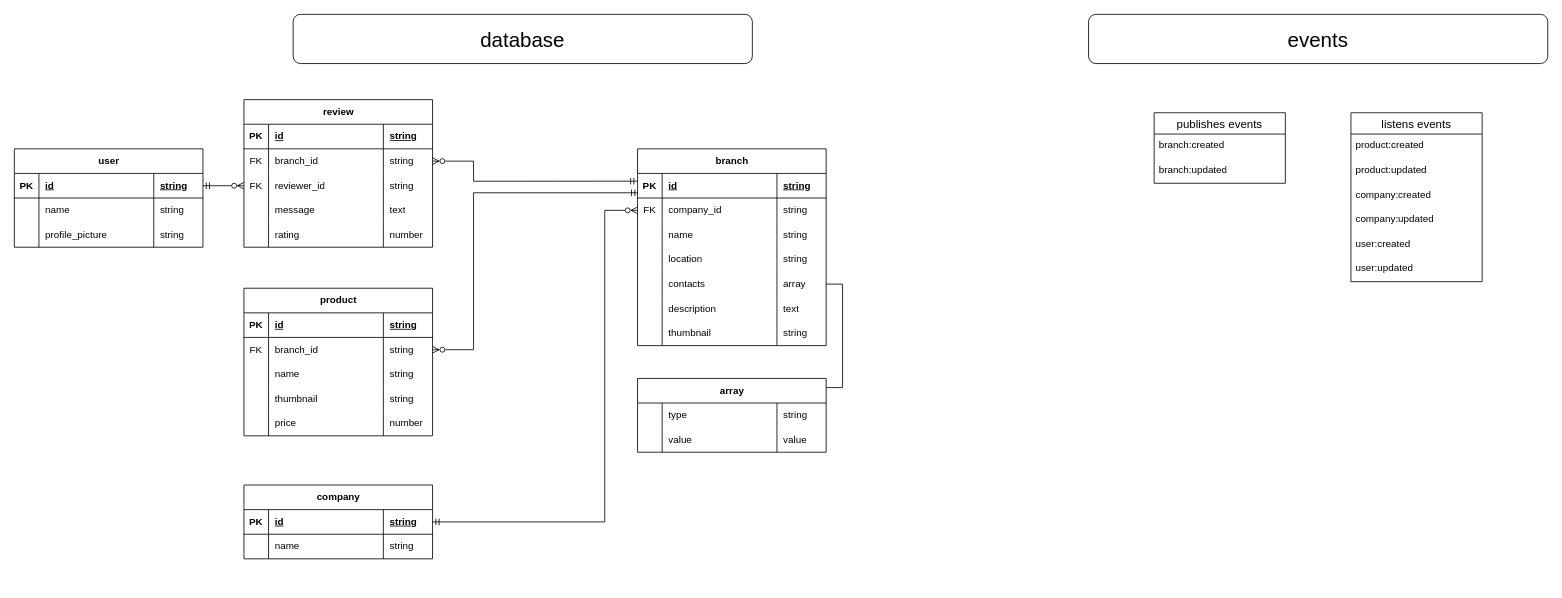
This is page "branch" (5 of 9) of app.drawio from ernurQ/eat-web-diagrams, a draw.io file, before an edit. Source tidied: cells renumbered, new cells numbered last; positions are measured from the earlier drawing's top-left corner, leaving out a move shared by most shapes. Both pictures are drawn from the tidied source at 82%, with x=0, y=0 at pixel (14, 14).
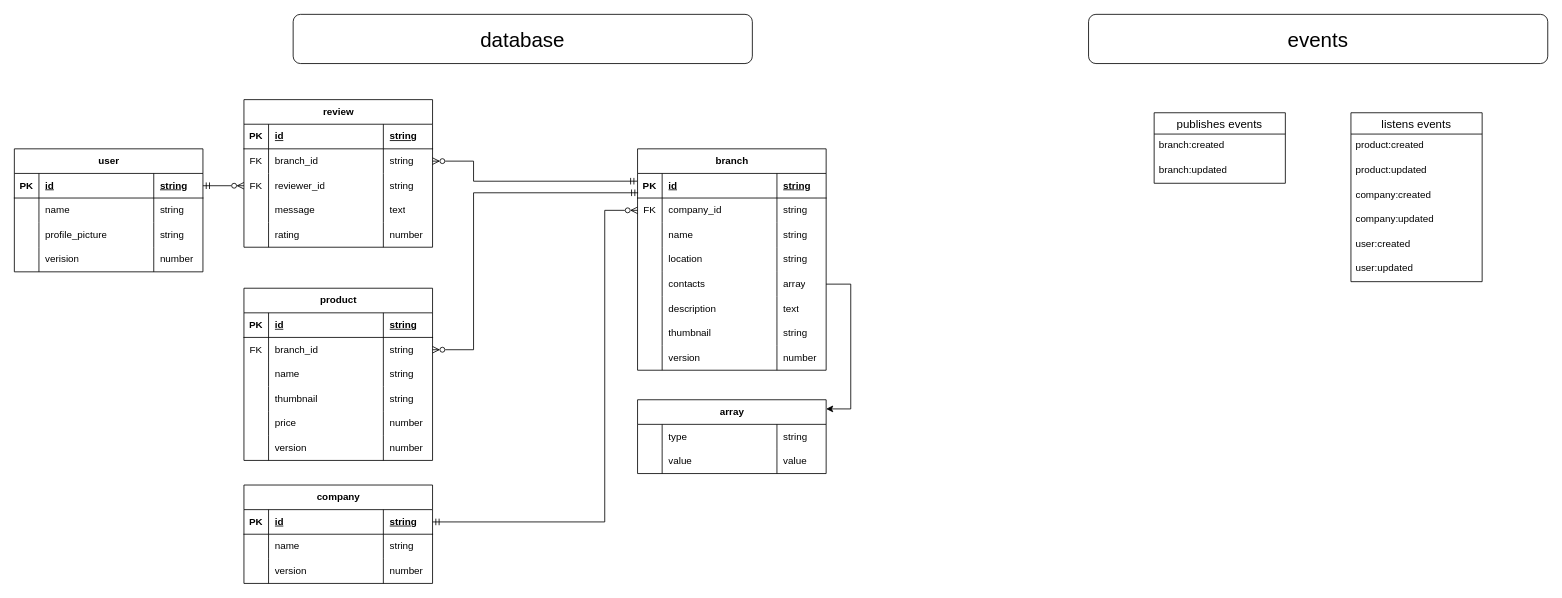
After the change.

Unchanged cells that the change refers to:
```xml
<mxCell id="19" style="shape=tableRow;horizontal=0;startSize=0;swimlaneHead=0;swimlaneBody=0;fillColor=none;points=[[0,0.5],[1,0.5]];portConstraint=eastwest;top=0;left=0;right=0;bottom=0;" parent="2" vertex="1">
  <mxGeometry y="150" width="230" height="30" as="geometry" />
</mxCell>
```

The edit, as a diff of the source:
```diff
@@
     <mxCell id="2" value="branch" style="shape=table;startSize=30;childLayout=tableLayout;rowLines=0;fontStyle=1;align=center;html=1;" parent="1" vertex="1">
-      <mxGeometry x="760" y="164" width="230" height="240" as="geometry" />
+      <mxGeometry x="760" y="164" width="230" height="270" as="geometry" />
     </mxCell>
@@
+    <mxCell id="121" style="shape=tableRow;horizontal=0;startSize=0;swimlaneHead=0;swimlaneBody=0;fillColor=none;top=0;left=0;right=0;bottom=0;" parent="2" vertex="1">
+      <mxGeometry y="240" width="230" height="30" as="geometry" />
+    </mxCell>
+    <mxCell id="122" style="shape=partialRectangle;fillColor=none;top=0;left=0;bottom=0;right=0;overflow=hidden;whiteSpace=wrap;html=1;" parent="121" vertex="1">
+      <mxGeometry width="30" height="30" as="geometry" />
+    </mxCell>
+    <mxCell id="123" value="version" style="shape=partialRectangle;fillColor=none;top=0;left=0;bottom=0;right=0;align=left;spacingLeft=6;overflow=hidden;whiteSpace=wrap;html=1;" parent="121" vertex="1">
+      <mxGeometry x="30" width="140" height="30" as="geometry" />
+    </mxCell>
+    <mxCell id="124" value="number" style="shape=partialRectangle;fillColor=none;top=0;left=0;bottom=0;right=0;align=left;spacingLeft=6;overflow=hidden;whiteSpace=wrap;html=1;" parent="121" vertex="1">
+      <mxGeometry x="170" width="60" height="30" as="geometry" />
+    </mxCell>
     <mxCell id="31" value="array" style="shape=table;startSize=30;childLayout=tableLayout;rowLines=0;fontStyle=1;align=center;html=1;" parent="1" vertex="1">
-      <mxGeometry x="760" y="444" width="230" height="90" as="geometry" />
+      <mxGeometry x="760" y="470" width="230" height="90" as="geometry" />
     </mxCell>
@@
-    <mxCell id="40" style="edgeStyle=orthogonalEdgeStyle;rounded=0;jettySize=auto;html=1;entryX=1;entryY=0.124;entryDx=0;entryDy=0;entryPerimeter=0;endArrow=none;startFill=0;" parent="1" edge="1" source="19" target="31">
+    <mxCell id="40" style="edgeStyle=orthogonalEdgeStyle;rounded=0;jettySize=auto;html=1;entryX=1;entryY=0.124;entryDx=0;entryDy=0;entryPerimeter=0;endArrow=classic;startFill=0;endFill=1;" parent="1" edge="1" source="19" target="31">
       <mxGeometry relative="1" as="geometry">
         <Array as="points">
-          <mxPoint x="1010" y="329" />
-          <mxPoint x="1010" y="455" />
+          <mxPoint x="1020" y="329" />
+          <mxPoint x="1020" y="481" />
         </Array>
       </mxGeometry>
     </mxCell>
@@
     <mxCell id="62" value="product" style="shape=table;startSize=30;childLayout=tableLayout;rowLines=0;fontStyle=1;align=center;html=1;" parent="1" vertex="1">
-      <mxGeometry x="280" y="334" width="230" height="180" as="geometry" />
+      <mxGeometry x="280" y="334" width="230" height="210" as="geometry" />
     </mxCell>
@@
+    <mxCell id="125" style="shape=tableRow;horizontal=0;startSize=0;swimlaneHead=0;swimlaneBody=0;fillColor=none;top=0;left=0;right=0;bottom=0;" parent="62" vertex="1">
+      <mxGeometry y="180" width="230" height="30" as="geometry" />
+    </mxCell>
+    <mxCell id="126" style="shape=partialRectangle;fillColor=none;top=0;left=0;bottom=0;right=0;overflow=hidden;whiteSpace=wrap;html=1;" parent="125" vertex="1">
+      <mxGeometry width="30" height="30" as="geometry" />
+    </mxCell>
+    <mxCell id="127" value="version" style="shape=partialRectangle;fillColor=none;top=0;left=0;bottom=0;right=0;align=left;spacingLeft=6;overflow=hidden;whiteSpace=wrap;html=1;" parent="125" vertex="1">
+      <mxGeometry x="30" width="140" height="30" as="geometry" />
+    </mxCell>
+    <mxCell id="128" value="number" style="shape=partialRectangle;fillColor=none;top=0;left=0;bottom=0;right=0;align=left;spacingLeft=6;overflow=hidden;whiteSpace=wrap;html=1;" parent="125" vertex="1">
+      <mxGeometry x="170" width="60" height="30" as="geometry" />
+    </mxCell>
     <mxCell id="83" value="user" style="shape=table;startSize=30;childLayout=tableLayout;rowLines=0;fontStyle=1;align=center;html=1;" parent="1" vertex="1">
-      <mxGeometry y="164" width="230" height="120" as="geometry" />
+      <mxGeometry y="164" width="230" height="150" as="geometry" />
     </mxCell>
@@
+    <mxCell id="129" style="shape=tableRow;horizontal=0;startSize=0;swimlaneHead=0;swimlaneBody=0;fillColor=none;top=0;left=0;right=0;bottom=0;" parent="83" vertex="1">
+      <mxGeometry y="120" width="230" height="30" as="geometry" />
+    </mxCell>
+    <mxCell id="130" style="shape=partialRectangle;fillColor=none;top=0;left=0;bottom=0;right=0;overflow=hidden;whiteSpace=wrap;html=1;" parent="129" vertex="1">
+      <mxGeometry width="30" height="30" as="geometry" />
+    </mxCell>
+    <mxCell id="131" value="verision" style="shape=partialRectangle;fillColor=none;top=0;left=0;bottom=0;right=0;align=left;spacingLeft=6;overflow=hidden;whiteSpace=wrap;html=1;" parent="129" vertex="1">
+      <mxGeometry x="30" width="140" height="30" as="geometry" />
+    </mxCell>
+    <mxCell id="132" value="number" style="shape=partialRectangle;fillColor=none;top=0;left=0;bottom=0;right=0;align=left;spacingLeft=6;overflow=hidden;whiteSpace=wrap;html=1;" parent="129" vertex="1">
+      <mxGeometry x="170" width="60" height="30" as="geometry" />
+    </mxCell>
@@
     <mxCell id="111" value="company" style="shape=table;startSize=30;childLayout=tableLayout;rowLines=0;fontStyle=1;align=center;html=1;" parent="1" vertex="1">
-      <mxGeometry x="280" y="574" width="230" height="90" as="geometry" />
+      <mxGeometry x="280" y="574" width="230" height="120" as="geometry" />
     </mxCell>
@@
+    <mxCell id="133" style="shape=tableRow;horizontal=0;startSize=0;swimlaneHead=0;swimlaneBody=0;fillColor=none;top=0;left=0;right=0;bottom=0;" parent="111" vertex="1">
+      <mxGeometry y="90" width="230" height="30" as="geometry" />
+    </mxCell>
+    <mxCell id="134" style="shape=partialRectangle;fillColor=none;top=0;left=0;bottom=0;right=0;overflow=hidden;whiteSpace=wrap;html=1;" parent="133" vertex="1">
+      <mxGeometry width="30" height="30" as="geometry" />
+    </mxCell>
+    <mxCell id="135" value="version" style="shape=partialRectangle;fillColor=none;top=0;left=0;bottom=0;right=0;align=left;spacingLeft=6;overflow=hidden;whiteSpace=wrap;html=1;" parent="133" vertex="1">
+      <mxGeometry x="30" width="140" height="30" as="geometry" />
+    </mxCell>
+    <mxCell id="136" value="number" style="shape=partialRectangle;fillColor=none;top=0;left=0;bottom=0;right=0;align=left;spacingLeft=6;overflow=hidden;whiteSpace=wrap;html=1;" parent="133" vertex="1">
+      <mxGeometry x="170" width="60" height="30" as="geometry" />
+    </mxCell>
```
